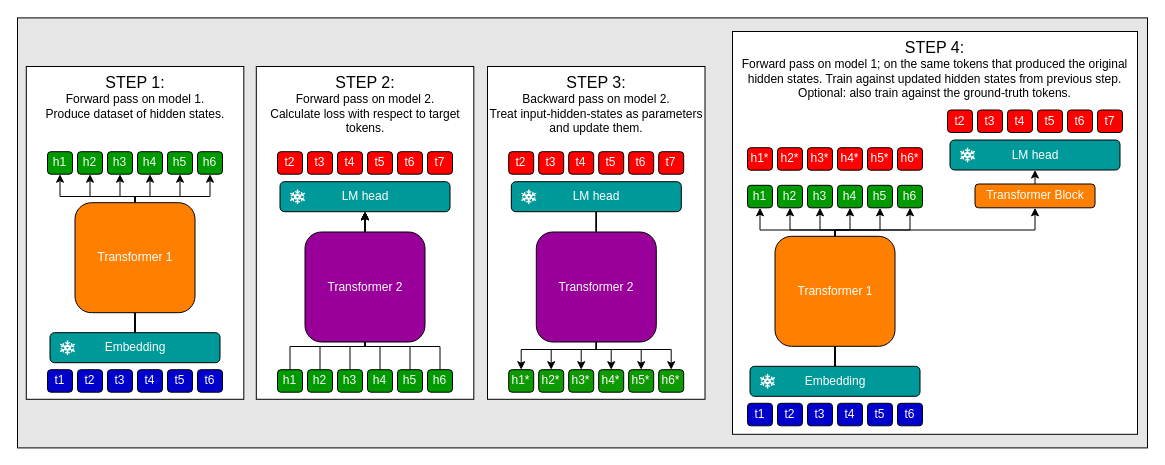
Earlier version of the draw.io diagram contents/truly-decentralized-training/images/special-sauce.drawio (snimu/blog). Source tidied: cells renumbered, new cells numbered last; positions are measured from the earlier drawing's top-left corner, leaving out a move shared by most shapes. Both pictures are drawn from the tidied source at 100%, with x=0, y=0 at pixel (17, 17).
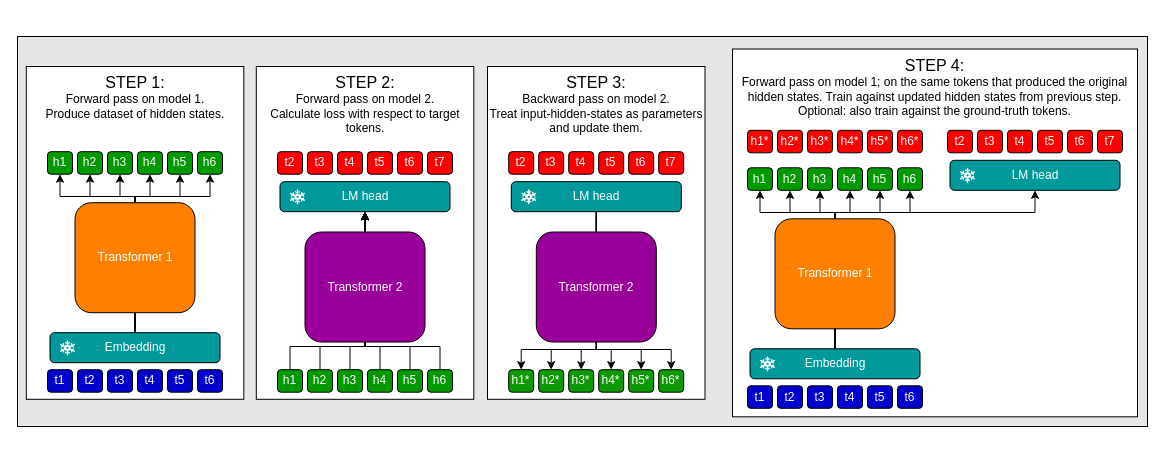
The same diagram, later.

Diff of the diagram source:
```diff
@@
     <mxCell id="2" style="rounded=0;whiteSpace=wrap;html=1;fillColor=#E6E6E6;" parent="1" vertex="1">
-      <mxGeometry y="0.4" width="1130" height="430" as="geometry" />
+      <mxGeometry y="19" width="1130" height="390" as="geometry" />
     </mxCell>
     <mxCell id="3" value="&lt;font style=&quot;font-size: 16px;&quot;&gt;STEP 4:&lt;/font&gt;&lt;div&gt;Forward pass on model 1; on the same tokens that produced the original hidden states. Train against updated hidden states from previous step.&lt;/div&gt;&lt;div&gt;Optional: also train against the ground-truth tokens.&lt;/div&gt;" style="rounded=0;whiteSpace=wrap;html=1;fillColor=#FFFFFF;verticalAlign=top;" parent="1" vertex="1">
-      <mxGeometry x="715" y="14" width="405" height="402.8" as="geometry" />
+      <mxGeometry x="715" y="31.5" width="405" height="367.8" as="geometry" />
     </mxCell>
@@
     <mxCell id="7" value="h1*" style="rounded=1;whiteSpace=wrap;html=1;fillColor=light-dark(#fd0101, #32b532);fontColor=#FFFFFF;" parent="1" vertex="1">
-      <mxGeometry x="730" y="130.2" width="25" height="22.5" as="geometry" />
+      <mxGeometry x="730" y="112.8" width="25" height="22.5" as="geometry" />
     </mxCell>
     <mxCell id="8" value="h2*" style="rounded=1;whiteSpace=wrap;html=1;fillColor=light-dark(#fd0101, #32b532);fontColor=#FFFFFF;" parent="1" vertex="1">
-      <mxGeometry x="760" y="130.2" width="25" height="22.5" as="geometry" />
+      <mxGeometry x="760" y="112.8" width="25" height="22.5" as="geometry" />
     </mxCell>
     <mxCell id="9" value="h3*" style="rounded=1;whiteSpace=wrap;html=1;fillColor=light-dark(#fd0101, #32b532);fontColor=#FFFFFF;" parent="1" vertex="1">
-      <mxGeometry x="790" y="130.2" width="25" height="22.5" as="geometry" />
+      <mxGeometry x="790" y="112.8" width="25" height="22.5" as="geometry" />
     </mxCell>
     <mxCell id="10" value="h4*" style="rounded=1;whiteSpace=wrap;html=1;fillColor=light-dark(#fd0101, #32b532);fontColor=#FFFFFF;" parent="1" vertex="1">
-      <mxGeometry x="820" y="130.2" width="25" height="22.5" as="geometry" />
+      <mxGeometry x="820" y="112.8" width="25" height="22.5" as="geometry" />
     </mxCell>
     <mxCell id="11" value="h5*" style="rounded=1;whiteSpace=wrap;html=1;fillColor=light-dark(#fd0101, #32b532);fontColor=#FFFFFF;" parent="1" vertex="1">
-      <mxGeometry x="850" y="130.2" width="25" height="22.5" as="geometry" />
+      <mxGeometry x="850" y="112.8" width="25" height="22.5" as="geometry" />
     </mxCell>
     <mxCell id="12" value="h6*" style="rounded=1;whiteSpace=wrap;html=1;fillColor=light-dark(#fd0101, #32b532);fontColor=#FFFFFF;" parent="1" vertex="1">
-      <mxGeometry x="880" y="130.2" width="25" height="22.5" as="geometry" />
+      <mxGeometry x="880" y="112.8" width="25" height="22.5" as="geometry" />
     </mxCell>
@@
     <mxCell id="29" value="LM head" style="rounded=1;whiteSpace=wrap;html=1;fillColor=#009999;fontColor=#FFFFFF;" parent="1" vertex="1">
-      <mxGeometry x="932.5" y="122.5" width="170" height="30" as="geometry" />
+      <mxGeometry x="932.5" y="142.8" width="170" height="30" as="geometry" />
     </mxCell>
     <mxCell id="30" style="shape=mxgraph.signs.nature.snowflake;html=1;fillColor=#FFFFFF;strokeColor=none;verticalLabelPosition=bottom;verticalAlign=top;align=center;" parent="1" vertex="1">
-      <mxGeometry x="942.5" y="130" width="15" height="15" as="geometry" />
+      <mxGeometry x="942.5" y="150.3" width="15" height="15" as="geometry" />
     </mxCell>
     <mxCell id="31" value="t7" style="rounded=1;whiteSpace=wrap;html=1;fillColor=light-dark(#fd0101, #d4d4ff);fontColor=#FFFFFF;" parent="1" vertex="1">
-      <mxGeometry x="1080" y="92.5" width="25" height="22.5" as="geometry" />
+      <mxGeometry x="1080" y="112.8" width="25" height="22.5" as="geometry" />
     </mxCell>
     <mxCell id="32" value="t2" style="rounded=1;whiteSpace=wrap;html=1;fillColor=light-dark(#fd0101, #d4d4ff);fontColor=#FFFFFF;" parent="1" vertex="1">
-      <mxGeometry x="930" y="92.5" width="25" height="22.5" as="geometry" />
+      <mxGeometry x="930" y="112.8" width="25" height="22.5" as="geometry" />
     </mxCell>
     <mxCell id="33" value="t3" style="rounded=1;whiteSpace=wrap;html=1;fillColor=light-dark(#fd0101, #d4d4ff);fontColor=#FFFFFF;" parent="1" vertex="1">
-      <mxGeometry x="960" y="92.5" width="25" height="22.5" as="geometry" />
+      <mxGeometry x="960" y="112.8" width="25" height="22.5" as="geometry" />
     </mxCell>
     <mxCell id="34" value="t4" style="rounded=1;whiteSpace=wrap;html=1;fillColor=light-dark(#fd0101, #d4d4ff);fontColor=#FFFFFF;" parent="1" vertex="1">
-      <mxGeometry x="990" y="92.5" width="25" height="22.5" as="geometry" />
+      <mxGeometry x="990" y="112.8" width="25" height="22.5" as="geometry" />
     </mxCell>
     <mxCell id="35" value="t5" style="rounded=1;whiteSpace=wrap;html=1;fillColor=light-dark(#fd0101, #d4d4ff);fontColor=#FFFFFF;" parent="1" vertex="1">
-      <mxGeometry x="1020" y="92.5" width="25" height="22.5" as="geometry" />
+      <mxGeometry x="1020" y="112.8" width="25" height="22.5" as="geometry" />
     </mxCell>
     <mxCell id="36" value="t6" style="rounded=1;whiteSpace=wrap;html=1;fillColor=light-dark(#fd0101, #d4d4ff);fontColor=#FFFFFF;" parent="1" vertex="1">
-      <mxGeometry x="1050" y="92.5" width="25" height="22.5" as="geometry" />
+      <mxGeometry x="1050" y="112.8" width="25" height="22.5" as="geometry" />
     </mxCell>
@@
     <mxCell id="84" style="edgeStyle=orthogonalEdgeStyle;rounded=0;jettySize=auto;html=1;exitX=0.5;exitY=0;exitDx=0;exitDy=0;entryX=0.5;entryY=1;entryDx=0;entryDy=0;" parent="1" edge="1" source="90" target="98">
       <mxGeometry relative="1" as="geometry">
         <Array as="points">
-          <mxPoint x="818" y="212.5" />
-          <mxPoint x="743" y="212.5" />
+          <mxPoint x="818" y="195" />
+          <mxPoint x="743" y="195" />
         </Array>
       </mxGeometry>
     </mxCell>
     <mxCell id="85" style="edgeStyle=orthogonalEdgeStyle;rounded=0;jettySize=auto;html=1;exitX=0.5;exitY=0;exitDx=0;exitDy=0;entryX=0.5;entryY=1;entryDx=0;entryDy=0;" parent="1" edge="1" source="90" target="99">
       <mxGeometry relative="1" as="geometry">
         <Array as="points">
-          <mxPoint x="818" y="212.5" />
-          <mxPoint x="773" y="212.5" />
+          <mxPoint x="818" y="195" />
+          <mxPoint x="773" y="195" />
         </Array>
       </mxGeometry>
     </mxCell>
     <mxCell id="86" style="edgeStyle=orthogonalEdgeStyle;rounded=0;jettySize=auto;html=1;exitX=0.5;exitY=0;exitDx=0;exitDy=0;entryX=0.5;entryY=1;entryDx=0;entryDy=0;" parent="1" edge="1" source="90" target="100">
       <mxGeometry relative="1" as="geometry">
         <Array as="points">
-          <mxPoint x="818" y="212.5" />
-          <mxPoint x="803" y="212.5" />
+          <mxPoint x="818" y="195" />
+          <mxPoint x="803" y="195" />
         </Array>
       </mxGeometry>
     </mxCell>
     <mxCell id="87" style="edgeStyle=orthogonalEdgeStyle;rounded=0;jettySize=auto;html=1;exitX=0.5;exitY=0;exitDx=0;exitDy=0;entryX=0.5;entryY=1;entryDx=0;entryDy=0;" parent="1" edge="1" source="90" target="101">
       <mxGeometry relative="1" as="geometry">
         <Array as="points">
-          <mxPoint x="818" y="212.5" />
-          <mxPoint x="833" y="212.5" />
+          <mxPoint x="818" y="195" />
+          <mxPoint x="833" y="195" />
         </Array>
       </mxGeometry>
     </mxCell>
     <mxCell id="88" style="edgeStyle=orthogonalEdgeStyle;rounded=0;jettySize=auto;html=1;exitX=0.5;exitY=0;exitDx=0;exitDy=0;entryX=0.5;entryY=1;entryDx=0;entryDy=0;" parent="1" edge="1" source="90" target="102">
       <mxGeometry relative="1" as="geometry">
         <Array as="points">
-          <mxPoint x="818" y="212.5" />
-          <mxPoint x="863" y="212.5" />
+          <mxPoint x="818" y="195" />
+          <mxPoint x="863" y="195" />
         </Array>
       </mxGeometry>
     </mxCell>
     <mxCell id="89" style="edgeStyle=orthogonalEdgeStyle;rounded=0;jettySize=auto;html=1;exitX=0.5;exitY=0;exitDx=0;exitDy=0;entryX=0.5;entryY=1;entryDx=0;entryDy=0;" parent="1" edge="1" source="90" target="103">
       <mxGeometry relative="1" as="geometry">
         <Array as="points">
-          <mxPoint x="818" y="212.5" />
-          <mxPoint x="893" y="212.5" />
+          <mxPoint x="818" y="195" />
+          <mxPoint x="893" y="195" />
         </Array>
       </mxGeometry>
     </mxCell>
     <mxCell id="90" value="Embedding" style="rounded=1;whiteSpace=wrap;html=1;fillColor=#009999;fontColor=#FFFFFF;" parent="1" vertex="1">
-      <mxGeometry x="732.5" y="348.8" width="170" height="30" as="geometry" />
+      <mxGeometry x="732.5" y="331.3" width="170" height="30" as="geometry" />
     </mxCell>
     <mxCell id="91" style="shape=mxgraph.signs.nature.snowflake;html=1;fillColor=#FFFFFF;strokeColor=none;verticalLabelPosition=bottom;verticalAlign=top;align=center;" parent="1" vertex="1">
-      <mxGeometry x="742.5" y="356.2" width="15" height="15" as="geometry" />
+      <mxGeometry x="742.5" y="338.8" width="15" height="15" as="geometry" />
     </mxCell>
     <mxCell id="92" value="t1" style="rounded=1;whiteSpace=wrap;html=1;fillColor=#0000CC;fontColor=#FFFFFF;" parent="1" vertex="1">
-      <mxGeometry x="730" y="385.8" width="25" height="22.5" as="geometry" />
+      <mxGeometry x="730" y="368.3" width="25" height="22.5" as="geometry" />
     </mxCell>
     <mxCell id="93" value="t2" style="rounded=1;whiteSpace=wrap;html=1;fillColor=#0000CC;fontColor=#FFFFFF;" parent="1" vertex="1">
-      <mxGeometry x="760" y="385.8" width="25" height="22.5" as="geometry" />
+      <mxGeometry x="760" y="368.3" width="25" height="22.5" as="geometry" />
     </mxCell>
     <mxCell id="94" value="t3" style="rounded=1;whiteSpace=wrap;html=1;fillColor=#0000CC;fontColor=#FFFFFF;" parent="1" vertex="1">
-      <mxGeometry x="790" y="385.8" width="25" height="22.5" as="geometry" />
+      <mxGeometry x="790" y="368.3" width="25" height="22.5" as="geometry" />
     </mxCell>
     <mxCell id="95" value="t4" style="rounded=1;whiteSpace=wrap;html=1;fillColor=#0000CC;fontColor=#FFFFFF;" parent="1" vertex="1">
-      <mxGeometry x="820" y="385.8" width="25" height="22.5" as="geometry" />
+      <mxGeometry x="820" y="368.3" width="25" height="22.5" as="geometry" />
     </mxCell>
     <mxCell id="96" value="t5" style="rounded=1;whiteSpace=wrap;html=1;fillColor=#0000CC;fontColor=#FFFFFF;" parent="1" vertex="1">
-      <mxGeometry x="850" y="385.8" width="25" height="22.5" as="geometry" />
+      <mxGeometry x="850" y="368.3" width="25" height="22.5" as="geometry" />
     </mxCell>
     <mxCell id="97" value="t6" style="rounded=1;whiteSpace=wrap;html=1;fillColor=#0000CC;fontColor=#FFFFFF;" parent="1" vertex="1">
-      <mxGeometry x="880" y="385.8" width="25" height="22.5" as="geometry" />
+      <mxGeometry x="880" y="368.3" width="25" height="22.5" as="geometry" />
     </mxCell>
     <mxCell id="98" value="h1" style="rounded=1;whiteSpace=wrap;html=1;fillColor=#009900;fontColor=#FFFFFF;" parent="1" vertex="1">
-      <mxGeometry x="730" y="167.8" width="25" height="22.5" as="geometry" />
+      <mxGeometry x="730" y="150.3" width="25" height="22.5" as="geometry" />
     </mxCell>
     <mxCell id="99" value="h2" style="rounded=1;whiteSpace=wrap;html=1;fillColor=#009900;fontColor=#FFFFFF;" parent="1" vertex="1">
-      <mxGeometry x="760" y="167.8" width="25" height="22.5" as="geometry" />
+      <mxGeometry x="760" y="150.3" width="25" height="22.5" as="geometry" />
     </mxCell>
     <mxCell id="100" value="h3" style="rounded=1;whiteSpace=wrap;html=1;fillColor=#009900;fontColor=#FFFFFF;" parent="1" vertex="1">
-      <mxGeometry x="790" y="167.8" width="25" height="22.5" as="geometry" />
+      <mxGeometry x="790" y="150.3" width="25" height="22.5" as="geometry" />
     </mxCell>
     <mxCell id="101" value="h4" style="rounded=1;whiteSpace=wrap;html=1;fillColor=#009900;fontColor=#FFFFFF;" parent="1" vertex="1">
-      <mxGeometry x="820" y="167.8" width="25" height="22.5" as="geometry" />
+      <mxGeometry x="820" y="150.3" width="25" height="22.5" as="geometry" />
     </mxCell>
     <mxCell id="102" value="h5" style="rounded=1;whiteSpace=wrap;html=1;fillColor=#009900;fontColor=#FFFFFF;" parent="1" vertex="1">
-      <mxGeometry x="850" y="167.8" width="25" height="22.5" as="geometry" />
+      <mxGeometry x="850" y="150.3" width="25" height="22.5" as="geometry" />
     </mxCell>
     <mxCell id="103" value="h6" style="rounded=1;whiteSpace=wrap;html=1;fillColor=#009900;fontColor=#FFFFFF;" parent="1" vertex="1">
-      <mxGeometry x="880" y="167.8" width="25" height="22.5" as="geometry" />
+      <mxGeometry x="880" y="150.3" width="25" height="22.5" as="geometry" />
     </mxCell>
-    <mxCell id="104" style="edgeStyle=orthogonalEdgeStyle;rounded=0;jettySize=auto;html=1;exitX=0.5;exitY=0;exitDx=0;exitDy=0;entryX=0.5;entryY=1;entryDx=0;entryDy=0;" parent="1" edge="1" source="105" target="107">
+    <mxCell id="104" style="edgeStyle=orthogonalEdgeStyle;rounded=0;jettySize=auto;html=1;exitX=0.5;exitY=0;exitDx=0;exitDy=0;entryX=0.5;entryY=1;entryDx=0;entryDy=0;" parent="1" edge="1" source="105">
       <mxGeometry relative="1" as="geometry">
+        <mxPoint x="1017.5" y="172.8" as="targetPoint" />
         <Array as="points">
-          <mxPoint x="818" y="212.5" />
-          <mxPoint x="1018" y="212.5" />
+          <mxPoint x="818" y="195" />
+          <mxPoint x="1018" y="195" />
         </Array>
       </mxGeometry>
     </mxCell>
     <mxCell id="105" value="Transformer 1" style="rounded=1;whiteSpace=wrap;html=1;fillColor=#FF8000;fontColor=#FFFFFF;" parent="1" vertex="1">
-      <mxGeometry x="757.5" y="218.8" width="120" height="110" as="geometry" />
+      <mxGeometry x="757.5" y="201.3" width="120" height="110" as="geometry" />
     </mxCell>
-    <mxCell id="106" style="edgeStyle=orthogonalEdgeStyle;rounded=0;jettySize=auto;html=1;exitX=0.5;exitY=0;exitDx=0;exitDy=0;entryX=0.5;entryY=1;entryDx=0;entryDy=0;" parent="1" edge="1" source="107" target="29">
-      <mxGeometry relative="1" as="geometry" />
-    </mxCell>
-    <mxCell id="107" value="Transformer Block" style="rounded=1;whiteSpace=wrap;html=1;fillColor=#FF8000;fontColor=#FFFFFF;" parent="1" vertex="1">
-      <mxGeometry x="957.5" y="166.5" width="120" height="23.8" as="geometry" />
-    </mxCell>
```
